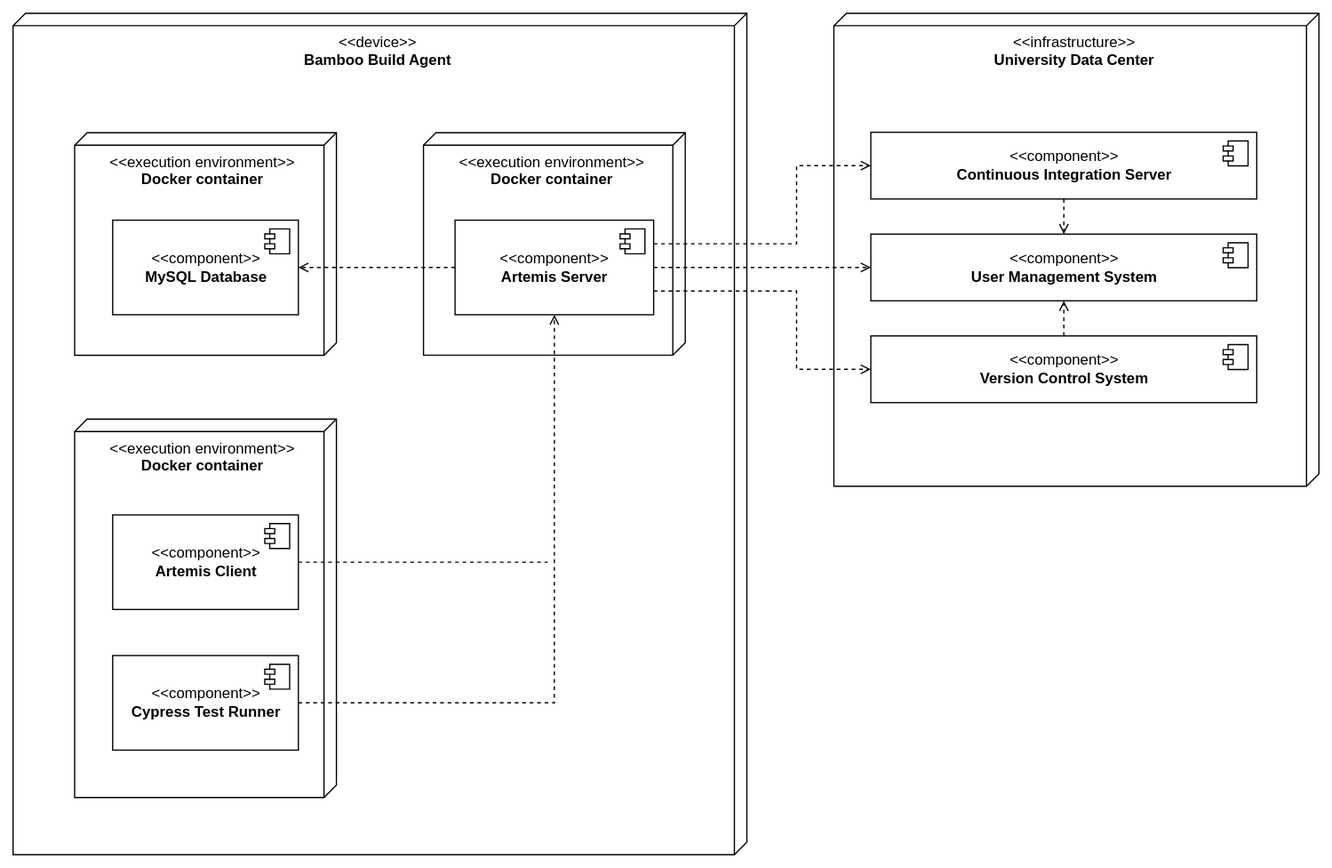
Above: docs/dev/setup/cypress/cypress_bamboo_deployment_diagram.svg in ls1intum/Artemis (draw.io), before the change. Source tidied: cells renumbered, new cells last; positions are measured from the earlier drawing's top-left corner, leaving out a move shared by most shapes.
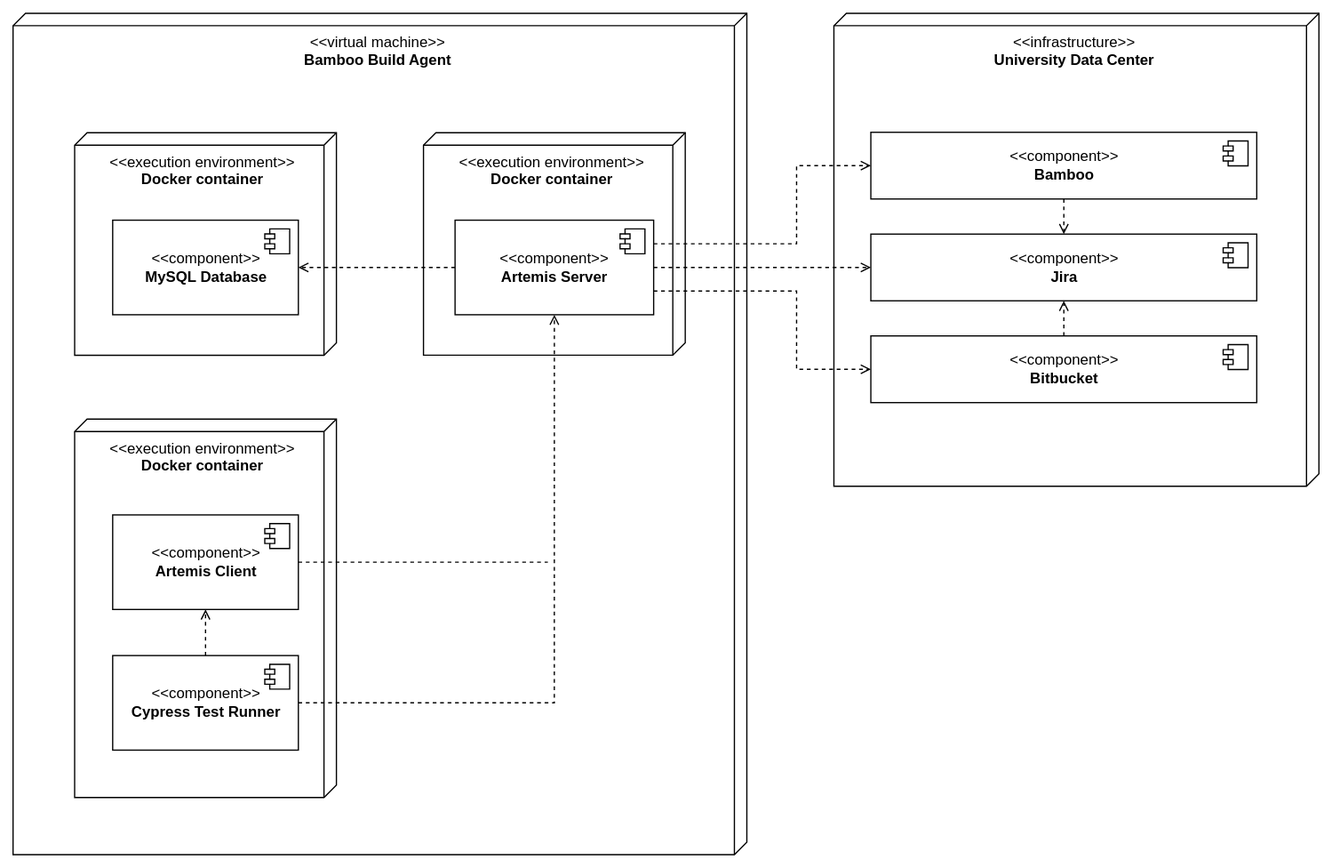
After the change.

Commit message:
Use concrete naming for components

Diff of the diagram source:
```diff
@@ -2,7 +2,7 @@
   <root>
     <mxCell id="0" />
     <mxCell id="1" parent="0" />
-    <mxCell id="2" value="&lt;span&gt;&amp;lt;&amp;lt;device&amp;gt;&amp;gt;&lt;br&gt;&lt;b&gt;Bamboo Build Agent&lt;/b&gt;&lt;br&gt;&lt;/span&gt;" style="verticalAlign=top;align=center;shape=cube;size=10;direction=south;fontStyle=0;html=1;boundedLbl=1;spacingLeft=5;fillColor=default;" parent="1" vertex="1">
+    <mxCell id="2" value="&lt;span&gt;&amp;lt;&amp;lt;virtual machine&amp;gt;&amp;gt;&lt;br&gt;&lt;b&gt;Bamboo Build Agent&lt;/b&gt;&lt;br&gt;&lt;/span&gt;" style="verticalAlign=top;align=center;shape=cube;size=10;direction=south;fontStyle=0;html=1;boundedLbl=1;spacingLeft=5;fillColor=default;" parent="1" vertex="1">
       <mxGeometry width="590" height="676" as="geometry" />
     </mxCell>
     <mxCell id="3" style="edgeStyle=orthogonalEdgeStyle;rounded=0;orthogonalLoop=1;jettySize=auto;html=1;entryX=0.5;entryY=1;entryDx=0;entryDy=0;dashed=1;" parent="2" edge="1">
@@ -34,7 +34,7 @@
     <mxCell id="9" style="edgeStyle=orthogonalEdgeStyle;rounded=0;jettySize=auto;html=1;entryX=0.5;entryY=0;entryDx=0;entryDy=0;dashed=1;startFill=0;endArrow=open;endFill=0;strokeWidth=1;" parent="7" edge="1" source="10" target="12">
       <mxGeometry relative="1" as="geometry" />
     </mxCell>
-    <mxCell id="10" value="&amp;lt;&amp;lt;component&amp;gt;&amp;gt;&lt;br&gt;&lt;b&gt;Continuous Integration Server&lt;/b&gt;" style="html=1;" parent="7" vertex="1">
+    <mxCell id="10" value="&amp;lt;&amp;lt;component&amp;gt;&amp;gt;&lt;br&gt;&lt;b&gt;Bamboo&lt;/b&gt;" style="html=1;" parent="7" vertex="1">
       <mxGeometry x="29.7" y="95.6" width="310.3" height="53.6" as="geometry" />
     </mxCell>
     <mxCell id="11" style="shape=module;jettyWidth=8;jettyHeight=4;" parent="10" vertex="1">
@@ -42,7 +42,7 @@
         <mxPoint x="-27" y="7" as="offset" />
       </mxGeometry>
     </mxCell>
-    <mxCell id="12" value="&amp;lt;&amp;lt;component&amp;gt;&amp;gt;&lt;br&gt;&lt;b&gt;User Management System&lt;/b&gt;" style="html=1;" parent="7" vertex="1">
+    <mxCell id="12" value="&amp;lt;&amp;lt;component&amp;gt;&amp;gt;&lt;br&gt;&lt;b&gt;Jira&lt;/b&gt;" style="html=1;" parent="7" vertex="1">
       <mxGeometry x="29.7" y="177.4" width="310.3" height="53.6" as="geometry" />
     </mxCell>
     <mxCell id="13" style="shape=module;jettyWidth=8;jettyHeight=4;" parent="12" vertex="1">
@@ -53,7 +53,7 @@
     <mxCell id="14" style="edgeStyle=orthogonalEdgeStyle;rounded=0;jettySize=auto;html=1;entryX=0.5;entryY=1;entryDx=0;entryDy=0;dashed=1;startFill=0;endArrow=open;endFill=0;strokeWidth=1;" parent="7" edge="1" source="15" target="12">
       <mxGeometry relative="1" as="geometry" />
     </mxCell>
-    <mxCell id="15" value="&amp;lt;&amp;lt;component&amp;gt;&amp;gt;&lt;br&gt;&lt;b&gt;Version Control System&lt;/b&gt;" style="html=1;" parent="7" vertex="1">
+    <mxCell id="15" value="&amp;lt;&amp;lt;component&amp;gt;&amp;gt;&lt;br&gt;&lt;b&gt;Bitbucket&lt;/b&gt;" style="html=1;" parent="7" vertex="1">
       <mxGeometry x="29.7" y="259.2" width="310.3" height="53.6" as="geometry" />
     </mxCell>
     <mxCell id="16" style="shape=module;jettyWidth=8;jettyHeight=4;" parent="15" vertex="1">
@@ -102,6 +102,9 @@
     <mxCell id="27" style="edgeStyle=orthogonalEdgeStyle;rounded=0;jettySize=auto;html=1;entryX=0.5;entryY=1;entryDx=0;entryDy=0;dashed=1;endArrow=open;endFill=0;" parent="1" edge="1" source="28" target="20">
       <mxGeometry relative="1" as="geometry" />
     </mxCell>
+    <mxCell id="33" style="edgeStyle=orthogonalEdgeStyle;rounded=0;jettySize=auto;html=1;exitX=0.5;exitY=0;exitDx=0;exitDy=0;entryX=0.5;entryY=1;entryDx=0;entryDy=0;dashed=1;endArrow=open;endFill=0;" parent="1" edge="1" source="28" target="25">
+      <mxGeometry relative="1" as="geometry" />
+    </mxCell>
     <mxCell id="28" value="&amp;lt;&amp;lt;component&amp;gt;&amp;gt;&lt;br&gt;&lt;b&gt;Cypress Test Runner&lt;/b&gt;" style="html=1;" parent="1" vertex="1">
       <mxGeometry x="80.1" y="516" width="149.3" height="76" as="geometry" />
     </mxCell>
```
